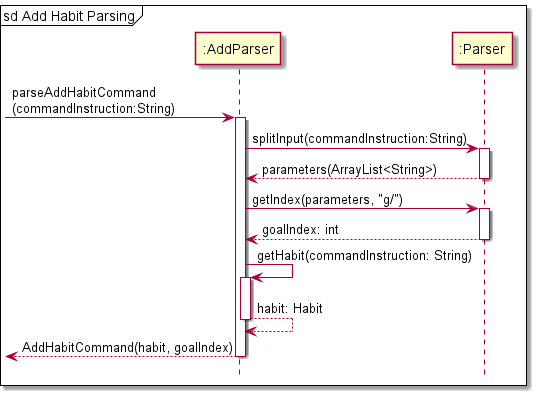
The PlantUML diagram docs/Diagram_Images/Implementation_Diagram_Images/AddHabitCommandParserSequenceDiagram.png in nus-cs2113-AY2122S1/tp, before a commit.
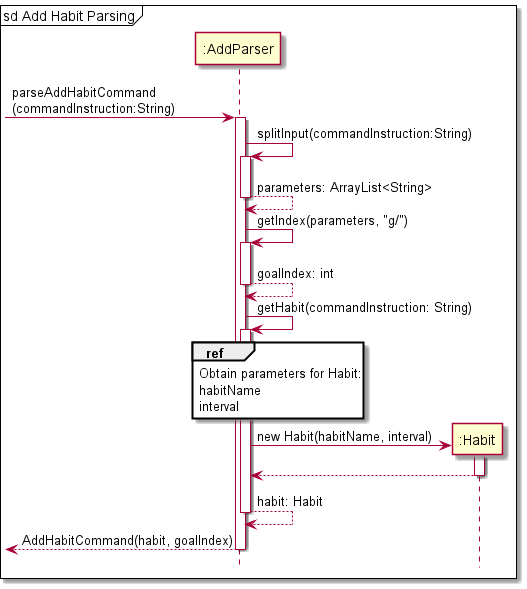
After the change.

Diff of the diagram source:
```diff
@@ -6,18 +6,31 @@
 -> ":AddParser": parseAddHabitCommand\n(commandInstruction:String)
 activate ":AddParser"
 
-":AddParser" -> ":Parser": splitInput(commandInstruction:String)
-activate ":Parser"
-":Parser" --> ":AddParser": parameters(ArrayList<String>)
-deactivate ":Parser"
+":AddParser" -> ":AddParser": splitInput(commandInstruction:String)
+activate ":AddParser"
+":AddParser" --> ":AddParser": parameters: ArrayList<String>
+deactivate ":AddParser"
 
-":AddParser" -> ":Parser": getIndex(parameters, "g/")
-activate ":Parser"
-":Parser" --> ":AddParser": goalIndex: int
-deactivate ":Parser"
+":AddParser" -> ":AddParser": getIndex(parameters, "g/")
+activate ":AddParser"
+":AddParser" --> ":AddParser": goalIndex: int
+deactivate ":AddParser"
 
 ":AddParser" -> ":AddParser": getHabit(commandInstruction: String)
 activate ":AddParser"
+
+ref over ":AddParser"
+Obtain parameters for Habit:
+habitName
+interval
+end
+
+create ":Habit"
+":AddParser" -> ":Habit": new Habit(habitName, interval)
+activate ":Habit"
+":Habit" --> ":AddParser"
+deactivate ":Habit"
+
 ":AddParser" --> ":AddParser": habit: Habit
 deactivate ":AddParser"
 
```
